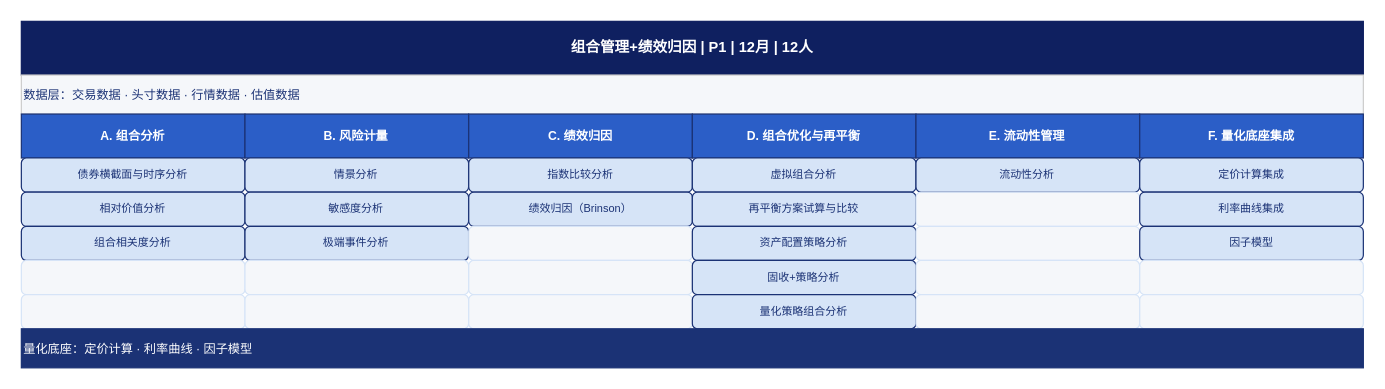
This is Feasibility_analysis/drawio/detail_07_组合管理+绩效归因.drawio from BellyFish99/ficc-projDocs, a draw.io file, before an edit. Source tidied: cells renumbered, new cells numbered last; positions are measured from the earlier drawing's top-left corner, leaving out a move shared by most shapes. Both pictures are drawn from the tidied source at 122%, with x=0, y=0 at pixel (21, 21).
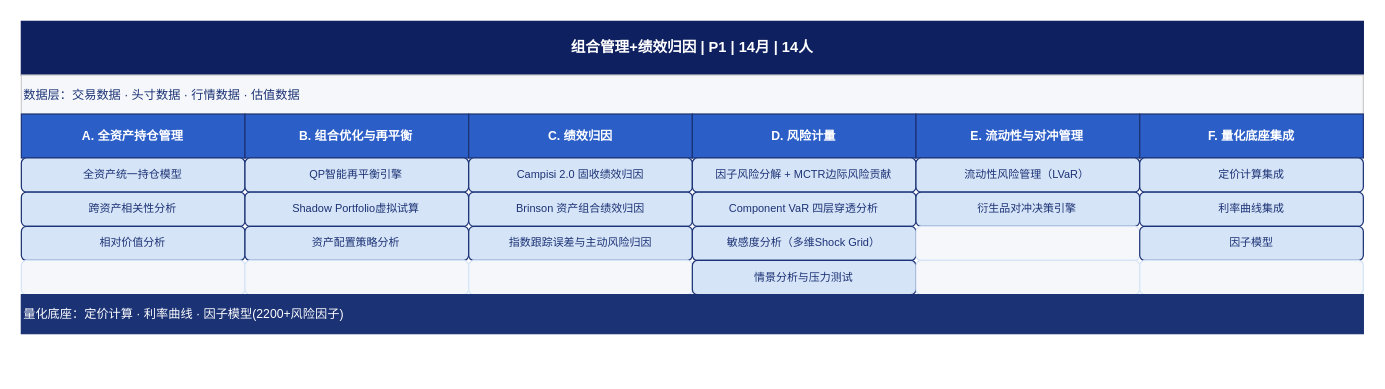
Above is the later version.

Commit message (it also covers changes not shown here):
Expand module 07 (组合管理+绩效归因) to 18 functions per gy_solution 4.4.1

Deep analysis from gy_solution.md section 4.4.1 added 3 new functions:
- F07-07 Campisi 2.0 固收绩效归因 (五效应: 收入/国债平移斜率曲率/利差/交易/残差)
- F07-10 因子风险分解+MCTR边际风险贡献 (2200+因子, 风险大户排名)
- F07-11 Component VaR四层穿透 (资产类/行业/评级/发行人, 三方法互验)
- F07-15 衍生品对冲决策引擎 (七类工具矩阵, 系统推荐最优对冲方案)
Duration updated to 14m/160pm.

The edit, as a diff of the source:
```diff
@@
-    <mxCell id="2" value="组合管理+绩效归因  |  P1  |  12月  |  12人" style="rounded=0;whiteSpace=wrap;html=1;fillColor=#0F2060;fontColor=#FFFFFF;strokeColor=#0F2060;fontStyle=1;fontSize=12;align=center;verticalAlign=middle;" parent="1" vertex="1">
+    <mxCell id="2" value="组合管理+绩效归因  |  P1  |  14月  |  14人" style="rounded=0;whiteSpace=wrap;html=1;fillColor=#0F2060;fontColor=#FFFFFF;strokeColor=#0F2060;fontStyle=1;fontSize=12;align=center;verticalAlign=middle;" parent="1" vertex="1">
       <mxGeometry width="1100" height="44" as="geometry" />
     </mxCell>
@@
-    <mxCell id="4" value="A. 组合分析" style="rounded=0;whiteSpace=wrap;html=1;fillColor=#2B5EC7;fontColor=#FFFFFF;strokeColor=#1B3275;fontStyle=1;fontSize=10;align=center;verticalAlign=middle;" parent="1" vertex="1">
+    <mxCell id="4" value="A. 全资产持仓管理" style="rounded=0;whiteSpace=wrap;html=1;fillColor=#2B5EC7;fontColor=#FFFFFF;strokeColor=#1B3275;fontStyle=1;fontSize=10;align=center;verticalAlign=middle;" parent="1" vertex="1">
       <mxGeometry y="76" width="183.3" height="36" as="geometry" />
     </mxCell>
-    <mxCell id="5" value="B. 风险计量" style="rounded=0;whiteSpace=wrap;html=1;fillColor=#2B5EC7;fontColor=#FFFFFF;strokeColor=#1B3275;fontStyle=1;fontSize=10;align=center;verticalAlign=middle;" parent="1" vertex="1">
+    <mxCell id="5" value="B. 组合优化与再平衡" style="rounded=0;whiteSpace=wrap;html=1;fillColor=#2B5EC7;fontColor=#FFFFFF;strokeColor=#1B3275;fontStyle=1;fontSize=10;align=center;verticalAlign=middle;" parent="1" vertex="1">
       <mxGeometry x="183.3" y="76" width="183.3" height="36" as="geometry" />
     </mxCell>
@@
-    <mxCell id="7" value="D. 组合优化与再平衡" style="rounded=0;whiteSpace=wrap;html=1;fillColor=#2B5EC7;fontColor=#FFFFFF;strokeColor=#1B3275;fontStyle=1;fontSize=10;align=center;verticalAlign=middle;" parent="1" vertex="1">
+    <mxCell id="7" value="D. 风险计量" style="rounded=0;whiteSpace=wrap;html=1;fillColor=#2B5EC7;fontColor=#FFFFFF;strokeColor=#1B3275;fontStyle=1;fontSize=10;align=center;verticalAlign=middle;" parent="1" vertex="1">
       <mxGeometry x="550" y="76" width="183.3" height="36" as="geometry" />
     </mxCell>
-    <mxCell id="8" value="E. 流动性管理" style="rounded=0;whiteSpace=wrap;html=1;fillColor=#2B5EC7;fontColor=#FFFFFF;strokeColor=#1B3275;fontStyle=1;fontSize=10;align=center;verticalAlign=middle;" parent="1" vertex="1">
+    <mxCell id="8" value="E. 流动性与对冲管理" style="rounded=0;whiteSpace=wrap;html=1;fillColor=#2B5EC7;fontColor=#FFFFFF;strokeColor=#1B3275;fontStyle=1;fontSize=10;align=center;verticalAlign=middle;" parent="1" vertex="1">
       <mxGeometry x="733.3" y="76" width="183.3" height="36" as="geometry" />
     </mxCell>
@@
-    <mxCell id="10" value="债券横截面与时序分析" style="rounded=1;whiteSpace=wrap;html=1;fillColor=#D6E4F7;fontColor=#1B3275;strokeColor=#1B3275;fontSize=9;align=center;verticalAlign=middle;" parent="1" vertex="1">
+    <mxCell id="10" value="全资产统一持仓模型" style="rounded=1;whiteSpace=wrap;html=1;fillColor=#D6E4F7;fontColor=#1B3275;strokeColor=#1B3275;fontSize=9;align=center;verticalAlign=middle;" parent="1" vertex="1">
       <mxGeometry y="112" width="183.3" height="28" as="geometry" />
     </mxCell>
-    <mxCell id="11" value="情景分析" style="rounded=1;whiteSpace=wrap;html=1;fillColor=#D6E4F7;fontColor=#1B3275;strokeColor=#1B3275;fontSize=9;align=center;verticalAlign=middle;" parent="1" vertex="1">
+    <mxCell id="11" value="QP智能再平衡引擎" style="rounded=1;whiteSpace=wrap;html=1;fillColor=#D6E4F7;fontColor=#1B3275;strokeColor=#1B3275;fontSize=9;align=center;verticalAlign=middle;" parent="1" vertex="1">
       <mxGeometry x="183.3" y="112" width="183.3" height="28" as="geometry" />
     </mxCell>
-    <mxCell id="12" value="指数比较分析" style="rounded=1;whiteSpace=wrap;html=1;fillColor=#D6E4F7;fontColor=#1B3275;strokeColor=#1B3275;fontSize=9;align=center;verticalAlign=middle;" parent="1" vertex="1">
+    <mxCell id="12" value="Campisi 2.0 固收绩效归因" style="rounded=1;whiteSpace=wrap;html=1;fillColor=#D6E4F7;fontColor=#1B3275;strokeColor=#1B3275;fontSize=9;align=center;verticalAlign=middle;" parent="1" vertex="1">
       <mxGeometry x="366.7" y="112" width="183.3" height="28" as="geometry" />
     </mxCell>
-    <mxCell id="13" value="虚拟组合分析" style="rounded=1;whiteSpace=wrap;html=1;fillColor=#D6E4F7;fontColor=#1B3275;strokeColor=#1B3275;fontSize=9;align=center;verticalAlign=middle;" parent="1" vertex="1">
+    <mxCell id="13" value="因子风险分解 + MCTR边际风险贡献" style="rounded=1;whiteSpace=wrap;html=1;fillColor=#D6E4F7;fontColor=#1B3275;strokeColor=#1B3275;fontSize=9;align=center;verticalAlign=middle;" parent="1" vertex="1">
       <mxGeometry x="550" y="112" width="183.3" height="28" as="geometry" />
     </mxCell>
-    <mxCell id="14" value="流动性分析" style="rounded=1;whiteSpace=wrap;html=1;fillColor=#D6E4F7;fontColor=#1B3275;strokeColor=#1B3275;fontSize=9;align=center;verticalAlign=middle;" parent="1" vertex="1">
+    <mxCell id="14" value="流动性风险管理（LVaR）" style="rounded=1;whiteSpace=wrap;html=1;fillColor=#D6E4F7;fontColor=#1B3275;strokeColor=#1B3275;fontSize=9;align=center;verticalAlign=middle;" parent="1" vertex="1">
       <mxGeometry x="733.3" y="112" width="183.3" height="28" as="geometry" />
     </mxCell>
@@
-    <mxCell id="16" value="相对价值分析" style="rounded=1;whiteSpace=wrap;html=1;fillColor=#D6E4F7;fontColor=#1B3275;strokeColor=#1B3275;fontSize=9;align=center;verticalAlign=middle;" parent="1" vertex="1">
+    <mxCell id="16" value="跨资产相关性分析" style="rounded=1;whiteSpace=wrap;html=1;fillColor=#D6E4F7;fontColor=#1B3275;strokeColor=#1B3275;fontSize=9;align=center;verticalAlign=middle;" parent="1" vertex="1">
       <mxGeometry y="140" width="183.3" height="28" as="geometry" />
     </mxCell>
-    <mxCell id="17" value="敏感度分析" style="rounded=1;whiteSpace=wrap;html=1;fillColor=#D6E4F7;fontColor=#1B3275;strokeColor=#1B3275;fontSize=9;align=center;verticalAlign=middle;" parent="1" vertex="1">
+    <mxCell id="17" value="Shadow Portfolio虚拟试算" style="rounded=1;whiteSpace=wrap;html=1;fillColor=#D6E4F7;fontColor=#1B3275;strokeColor=#1B3275;fontSize=9;align=center;verticalAlign=middle;" parent="1" vertex="1">
       <mxGeometry x="183.3" y="140" width="183.3" height="28" as="geometry" />
     </mxCell>
-    <mxCell id="18" value="绩效归因（Brinson）" style="rounded=1;whiteSpace=wrap;html=1;fillColor=#D6E4F7;fontColor=#1B3275;strokeColor=#1B3275;fontSize=9;align=center;verticalAlign=middle;" parent="1" vertex="1">
+    <mxCell id="18" value="Brinson 资产组合绩效归因" style="rounded=1;whiteSpace=wrap;html=1;fillColor=#D6E4F7;fontColor=#1B3275;strokeColor=#1B3275;fontSize=9;align=center;verticalAlign=middle;" parent="1" vertex="1">
       <mxGeometry x="366.7" y="140" width="183.3" height="28" as="geometry" />
     </mxCell>
-    <mxCell id="19" value="再平衡方案试算与比较" style="rounded=1;whiteSpace=wrap;html=1;fillColor=#D6E4F7;fontColor=#1B3275;strokeColor=#1B3275;fontSize=9;align=center;verticalAlign=middle;" parent="1" vertex="1">
+    <mxCell id="19" value="Component VaR 四层穿透分析" style="rounded=1;whiteSpace=wrap;html=1;fillColor=#D6E4F7;fontColor=#1B3275;strokeColor=#1B3275;fontSize=9;align=center;verticalAlign=middle;" parent="1" vertex="1">
       <mxGeometry x="550" y="140" width="183.3" height="28" as="geometry" />
     </mxCell>
-    <mxCell id="20" style="rounded=1;whiteSpace=wrap;html=1;fillColor=#F5F7FA;fontColor=#F5F7FA;strokeColor=#D6E4F7;fontSize=9;" parent="1" vertex="1">
+    <mxCell id="20" value="衍生品对冲决策引擎" style="rounded=1;whiteSpace=wrap;html=1;fillColor=#D6E4F7;fontColor=#1B3275;strokeColor=#1B3275;fontSize=9;align=center;verticalAlign=middle;" parent="1" vertex="1">
       <mxGeometry x="733.3" y="140" width="183.3" height="28" as="geometry" />
     </mxCell>
@@
-    <mxCell id="22" value="组合相关度分析" style="rounded=1;whiteSpace=wrap;html=1;fillColor=#D6E4F7;fontColor=#1B3275;strokeColor=#1B3275;fontSize=9;align=center;verticalAlign=middle;" parent="1" vertex="1">
+    <mxCell id="22" value="相对价值分析" style="rounded=1;whiteSpace=wrap;html=1;fillColor=#D6E4F7;fontColor=#1B3275;strokeColor=#1B3275;fontSize=9;align=center;verticalAlign=middle;" parent="1" vertex="1">
       <mxGeometry y="168" width="183.3" height="28" as="geometry" />
     </mxCell>
-    <mxCell id="23" value="极端事件分析" style="rounded=1;whiteSpace=wrap;html=1;fillColor=#D6E4F7;fontColor=#1B3275;strokeColor=#1B3275;fontSize=9;align=center;verticalAlign=middle;" parent="1" vertex="1">
+    <mxCell id="23" value="资产配置策略分析" style="rounded=1;whiteSpace=wrap;html=1;fillColor=#D6E4F7;fontColor=#1B3275;strokeColor=#1B3275;fontSize=9;align=center;verticalAlign=middle;" parent="1" vertex="1">
       <mxGeometry x="183.3" y="168" width="183.3" height="28" as="geometry" />
     </mxCell>
-    <mxCell id="24" style="rounded=1;whiteSpace=wrap;html=1;fillColor=#F5F7FA;fontColor=#F5F7FA;strokeColor=#D6E4F7;fontSize=9;" parent="1" vertex="1">
+    <mxCell id="24" value="指数跟踪误差与主动风险归因" style="rounded=1;whiteSpace=wrap;html=1;fillColor=#D6E4F7;fontColor=#1B3275;strokeColor=#1B3275;fontSize=9;align=center;verticalAlign=middle;" parent="1" vertex="1">
       <mxGeometry x="366.7" y="168" width="183.3" height="28" as="geometry" />
     </mxCell>
-    <mxCell id="25" value="资产配置策略分析" style="rounded=1;whiteSpace=wrap;html=1;fillColor=#D6E4F7;fontColor=#1B3275;strokeColor=#1B3275;fontSize=9;align=center;verticalAlign=middle;" parent="1" vertex="1">
+    <mxCell id="25" value="敏感度分析（多维Shock Grid）" style="rounded=1;whiteSpace=wrap;html=1;fillColor=#D6E4F7;fontColor=#1B3275;strokeColor=#1B3275;fontSize=9;align=center;verticalAlign=middle;" parent="1" vertex="1">
       <mxGeometry x="550" y="168" width="183.3" height="28" as="geometry" />
     </mxCell>
@@
-    <mxCell id="31" value="固收+策略分析" style="rounded=1;whiteSpace=wrap;html=1;fillColor=#D6E4F7;fontColor=#1B3275;strokeColor=#1B3275;fontSize=9;align=center;verticalAlign=middle;" parent="1" vertex="1">
+    <mxCell id="31" value="情景分析与压力测试" style="rounded=1;whiteSpace=wrap;html=1;fillColor=#D6E4F7;fontColor=#1B3275;strokeColor=#1B3275;fontSize=9;align=center;verticalAlign=middle;" parent="1" vertex="1">
       <mxGeometry x="550" y="196" width="183.3" height="28" as="geometry" />
     </mxCell>
@@
-    <mxCell id="34" style="rounded=1;whiteSpace=wrap;html=1;fillColor=#F5F7FA;fontColor=#F5F7FA;strokeColor=#D6E4F7;fontSize=9;" parent="1" vertex="1">
-      <mxGeometry y="224" width="183.3" height="28" as="geometry" />
+    <mxCell id="34" value="量化底座：定价计算 · 利率曲线 · 因子模型(2200+风险因子)" style="rounded=0;whiteSpace=wrap;html=1;fillColor=#1B3275;fontColor=#FFFFFF;strokeColor=#1B3275;fontSize=10;align=left;verticalAlign=middle;" parent="1" vertex="1">
+      <mxGeometry y="224" width="1100" height="32" as="geometry" />
     </mxCell>
-    <mxCell id="35" style="rounded=1;whiteSpace=wrap;html=1;fillColor=#F5F7FA;fontColor=#F5F7FA;strokeColor=#D6E4F7;fontSize=9;" parent="1" vertex="1">
-      <mxGeometry x="183.3" y="224" width="183.3" height="28" as="geometry" />
-    </mxCell>
-    <mxCell id="36" style="rounded=1;whiteSpace=wrap;html=1;fillColor=#F5F7FA;fontColor=#F5F7FA;strokeColor=#D6E4F7;fontSize=9;" parent="1" vertex="1">
-      <mxGeometry x="366.7" y="224" width="183.3" height="28" as="geometry" />
-    </mxCell>
-    <mxCell id="37" value="量化策略组合分析" style="rounded=1;whiteSpace=wrap;html=1;fillColor=#D6E4F7;fontColor=#1B3275;strokeColor=#1B3275;fontSize=9;align=center;verticalAlign=middle;" parent="1" vertex="1">
-      <mxGeometry x="550" y="224" width="183.3" height="28" as="geometry" />
-    </mxCell>
-    <mxCell id="38" style="rounded=1;whiteSpace=wrap;html=1;fillColor=#F5F7FA;fontColor=#F5F7FA;strokeColor=#D6E4F7;fontSize=9;" parent="1" vertex="1">
-      <mxGeometry x="733.3" y="224" width="183.3" height="28" as="geometry" />
-    </mxCell>
-    <mxCell id="39" style="rounded=1;whiteSpace=wrap;html=1;fillColor=#F5F7FA;fontColor=#F5F7FA;strokeColor=#D6E4F7;fontSize=9;" parent="1" vertex="1">
-      <mxGeometry x="916.7" y="224" width="183.3" height="28" as="geometry" />
-    </mxCell>
-    <mxCell id="40" value="量化底座：定价计算 · 利率曲线 · 因子模型" style="rounded=0;whiteSpace=wrap;html=1;fillColor=#1B3275;fontColor=#FFFFFF;strokeColor=#1B3275;fontSize=10;align=left;verticalAlign=middle;" parent="1" vertex="1">
-      <mxGeometry y="252" width="1100" height="32" as="geometry" />
-    </mxCell>
```
